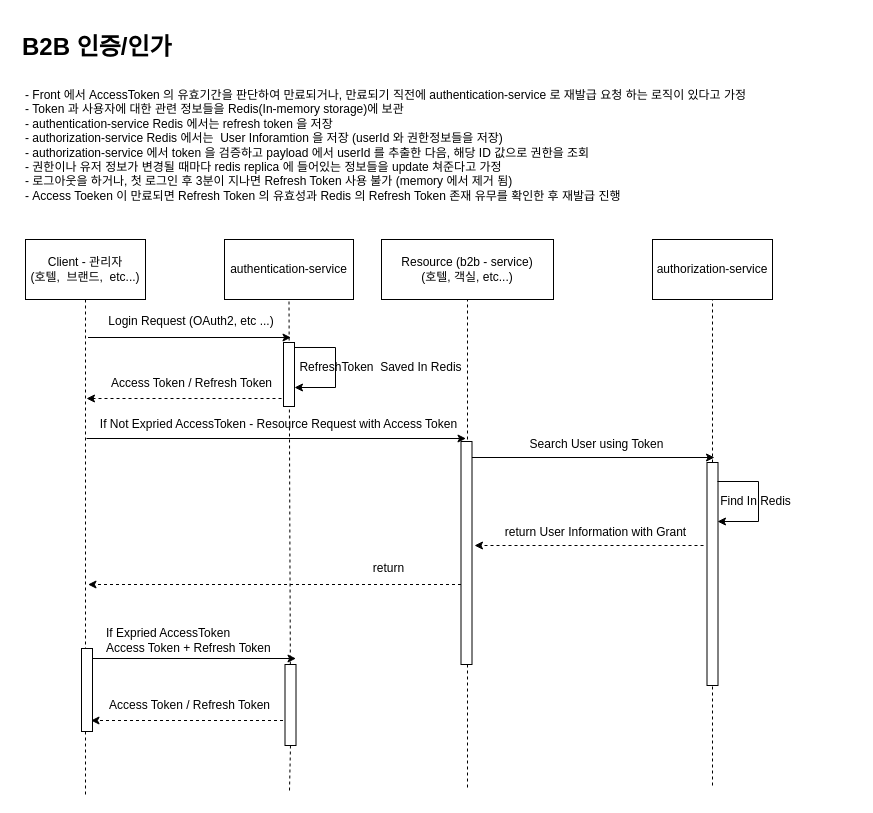
BAEKJungHo/TIL keeps this draw.io diagram as drawio/Untitled Diagram.drawio. Above is the earlier version. Source tidied: cells renumbered, new cells numbered last; positions are measured from the earlier drawing's top-left corner, leaving out a move shared by most shapes. Both pictures are drawn from the tidied source at 100%, with x=0, y=0 at pixel (17, 27).
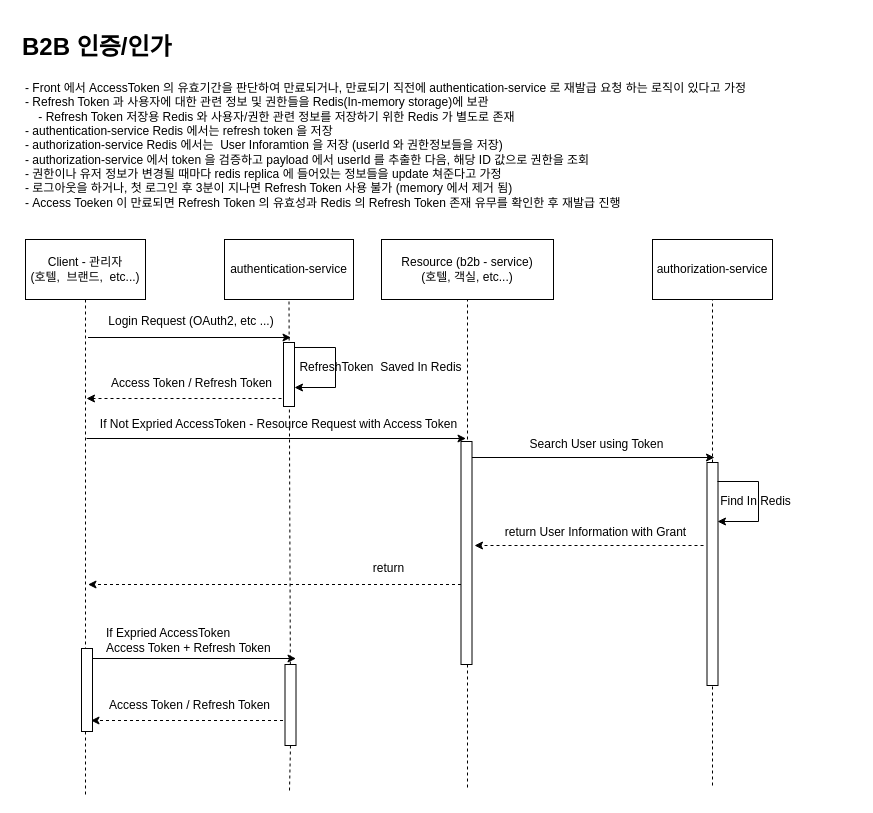
After the change.

Change to the diagram source:
```diff
@@
-    <mxCell id="19" value="- Front 에서 AccessToken 의 유효기간을 판단하여 만료되거나, 만료되기 직전에 authentication-service 로 재발급 요청 하는 로직이 있다고 가정&lt;br&gt;- Token 과 사용자에 대한 관련 정보들을 Redis(In-memory storage)에 보관&lt;br&gt;- authentication-service Redis 에서는 refresh token 을 저장&lt;br&gt;- authorization-service Redis 에서는&amp;nbsp; User Inforamtion 을 저장 (userId 와 권한정보들을 저장)&lt;br&gt;- authorization-service 에서 token 을 검증하고 payload 에서 userId 를 추출한 다음, 해당 ID 값으로 권한을 조회&lt;br&gt;- 권한이나 유저 정보가 변경될 때마다 redis replica 에 들어있는 정보들을 update 쳐준다고 가정&lt;br&gt;- 로그아웃을 하거나, 첫 로그인 후 3분이 지나면 Refresh Token 사용 불가 (memory 에서 제거 됨)&lt;br&gt;- Access Toeken 이 만료되면 Refresh Token 의 유효성과 Redis 의 Refresh Token 존재 유무를 확인한 후 재발급 진행" style="text;html=1;strokeColor=none;fillColor=none;align=left;verticalAlign=middle;whiteSpace=wrap;rounded=0;" parent="1" vertex="1">
+    <mxCell id="19" value="- Front 에서 AccessToken 의 유효기간을 판단하여 만료되거나, 만료되기 직전에 authentication-service 로 재발급 요청 하는 로직이 있다고 가정&lt;br&gt;- Refresh Token 과 사용자에 대한 관련 정보 및 권한들을 Redis(In-memory storage)에 보관&lt;br&gt;&amp;nbsp; &amp;nbsp; - Refresh Token 저장용 Redis 와 사용자/권한 관련 정보를 저장하기 위한 Redis 가 별도로 존재&lt;br&gt;- authentication-service Redis 에서는 refresh token 을 저장&lt;br&gt;- authorization-service Redis 에서는&amp;nbsp; User Inforamtion 을 저장 (userId 와 권한정보들을 저장)&lt;br&gt;- authorization-service 에서 token 을 검증하고 payload 에서 userId 를 추출한 다음, 해당 ID 값으로 권한을 조회&lt;br&gt;- 권한이나 유저 정보가 변경될 때마다 redis replica 에 들어있는 정보들을 update 쳐준다고 가정&lt;br&gt;- 로그아웃을 하거나, 첫 로그인 후 3분이 지나면 Refresh Token 사용 불가 (memory 에서 제거 됨)&lt;br&gt;- Access Toeken 이 만료되면 Refresh Token 의 유효성과 Redis 의 Refresh Token 존재 유무를 확인한 후 재발급 진행" style="text;html=1;strokeColor=none;fillColor=none;align=left;verticalAlign=middle;whiteSpace=wrap;rounded=0;" parent="1" vertex="1">
       <mxGeometry x="6" y="43" width="782.5" height="149" as="geometry" />
     </mxCell>
```
